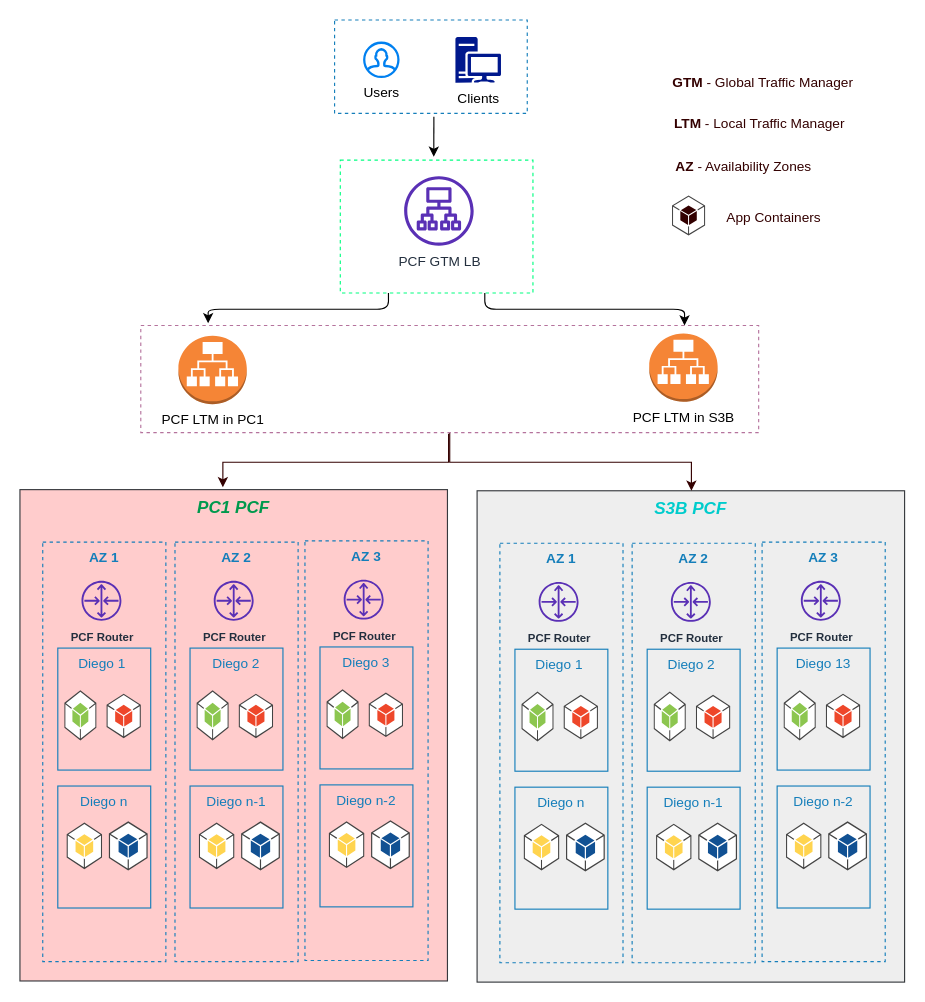
rama78/app-config keeps this draw.io diagram as PCF-HLA-General.drawio. Above is the earlier version. Source tidied: cells renumbered, new cells numbered last; positions are measured from the earlier drawing's top-left corner, leaving out a move shared by most shapes. Both pictures are drawn from the tidied source at 114%, with x=0, y=0 at pixel (19, 19).
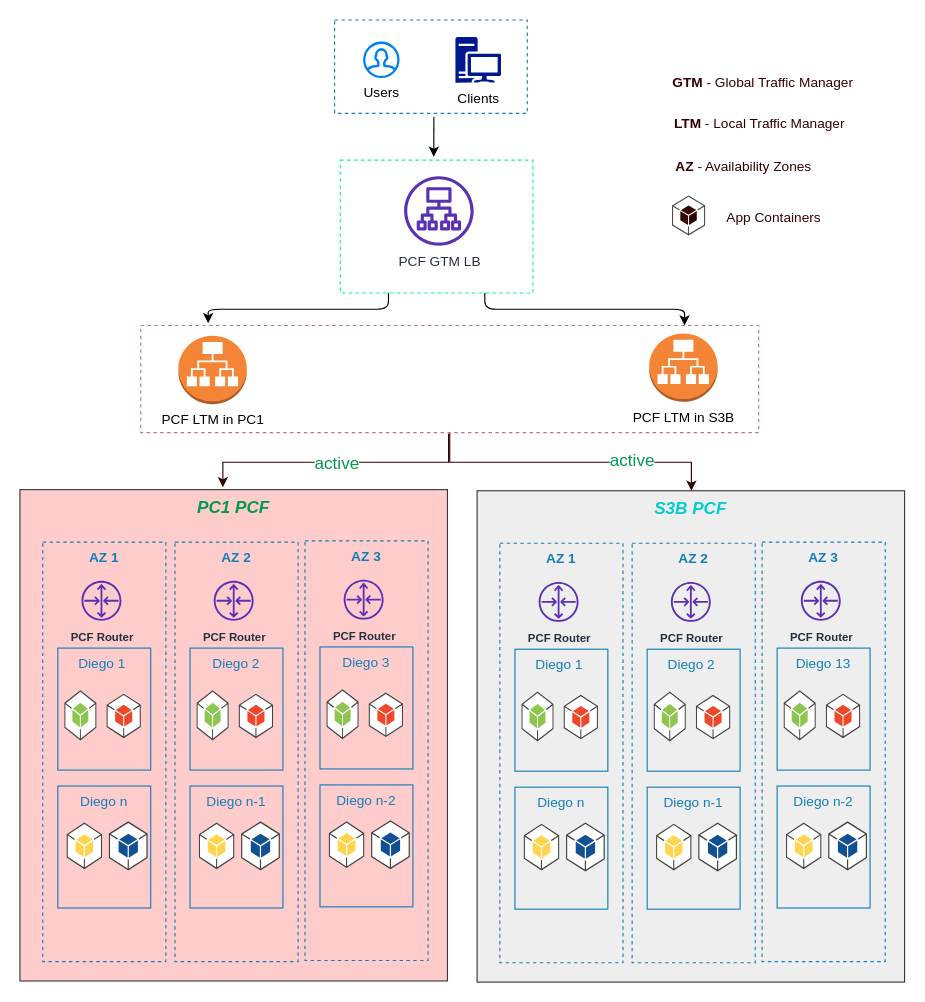
After the change.

Commit message:
active/active text

The change refers to these unchanged cells:
```xml
<mxCell id="65" style="edgeStyle=orthogonalEdgeStyle;rounded=0;jettySize=auto;html=1;strokeColor=#330000;fontSize=15;fontColor=#00994D;" parent="1" edge="1" source="66" target="35">
  <mxGeometry relative="1" as="geometry">
    <Array as="points">
      <mxPoint x="377" y="388" />
      <mxPoint x="589" y="388" />
    </Array>
  </mxGeometry>
</mxCell>
```

What changed in the source:
```diff
@@
+    <mxCell id="76" value="active" style="edgeLabel;html=1;align=center;verticalAlign=middle;fontSize=15;fontColor=#00994D;" parent="65" vertex="1">
+      <mxGeometry x="0.41" y="3" relative="1" as="geometry" />
+    </mxCell>
@@
-    <mxCell id="70" style="edgeStyle=orthogonalEdgeStyle;rounded=0;orthogonalLoop=1;jettySize=auto;html=1;strokeColor=#330000;fontSize=15;fontColor=#00994D;" parent="1" edge="1">
+    <mxCell id="70" value="active" style="edgeStyle=orthogonalEdgeStyle;rounded=0;orthogonalLoop=1;jettySize=auto;html=1;strokeColor=#330000;fontSize=15;fontColor=#00994D;" parent="1" edge="1">
       <mxGeometry relative="1" as="geometry">
         <mxPoint x="376" y="363" as="sourcePoint" />
         <mxPoint x="178" y="410" as="targetPoint" />
         <Array as="points">
           <mxPoint x="376" y="388" />
           <mxPoint x="178" y="388" />
         </Array>
       </mxGeometry>
     </mxCell>
```
